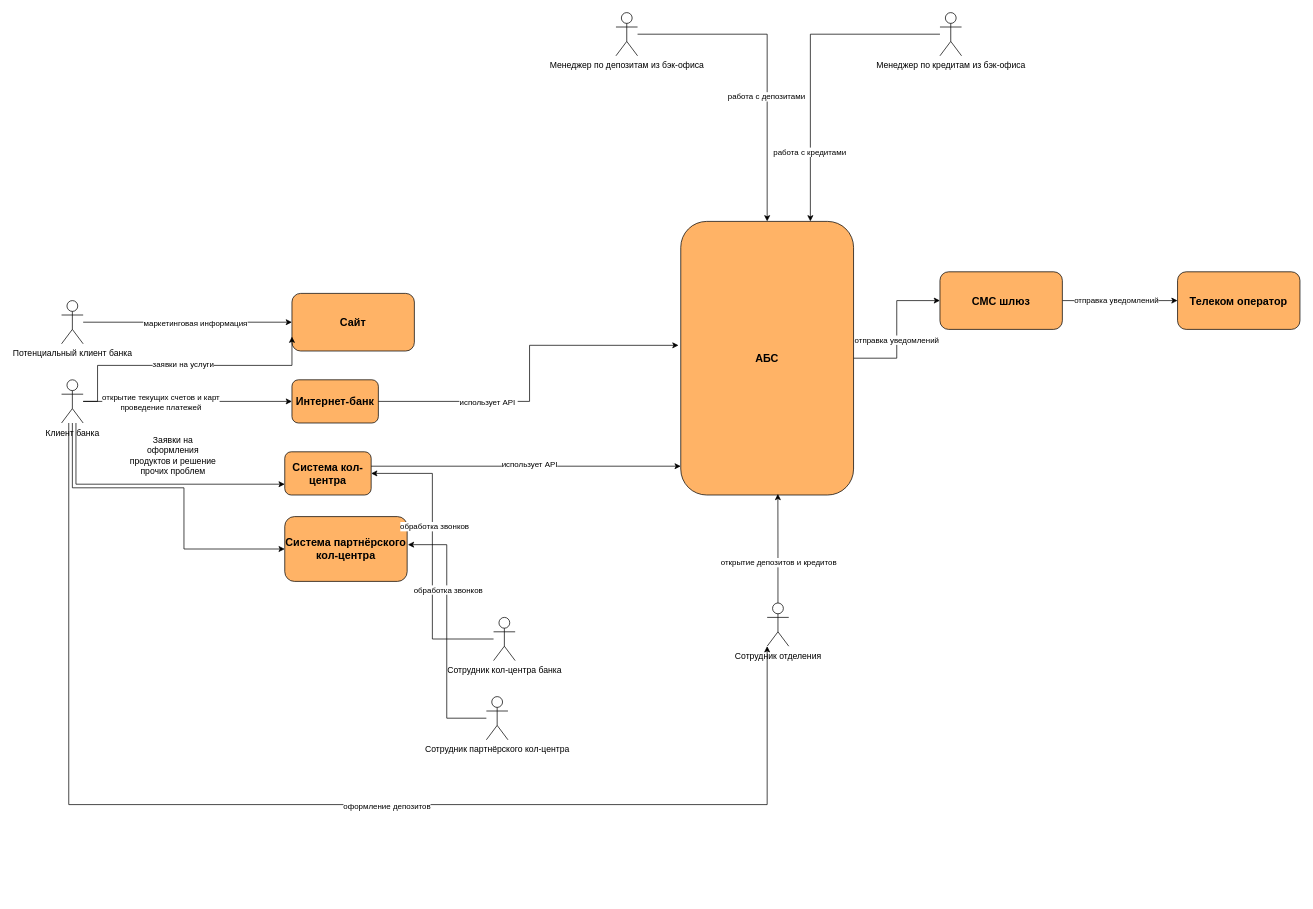
The draw.io diagram page "Схема интеграций приложений" (2 of 2) of Exc1/ITЛандшафт&Итеграции.drawio in DimaGusev/architecture-sprint-9, before the edit. Source tidied: cells renumbered, new cells numbered last; positions are measured from the earlier drawing's top-left corner, leaving out a move shared by most shapes. Both pictures are drawn from the tidied source at 72%, with x=0, y=0 at pixel (61, 12).
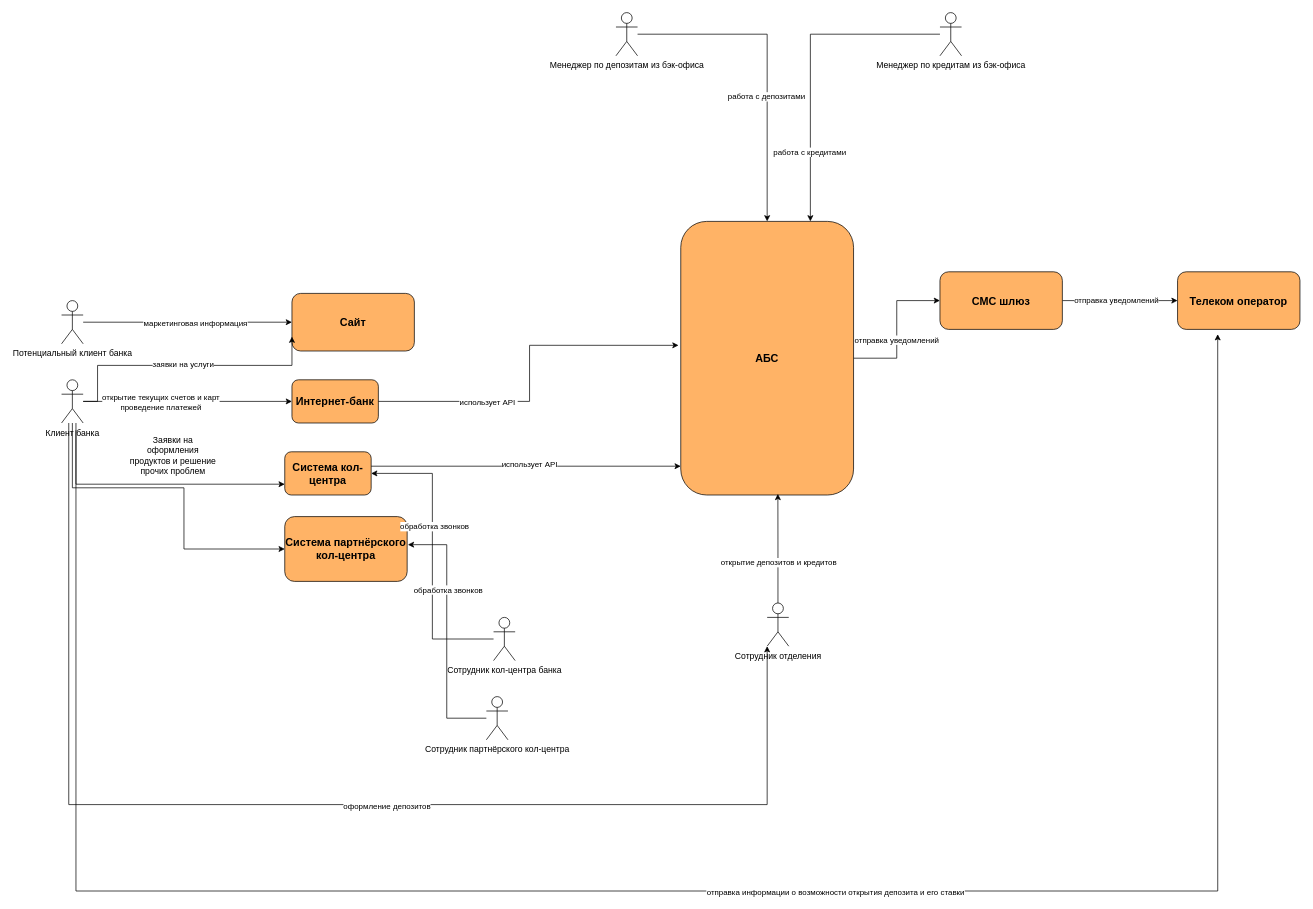
Above is the later version.

The change refers to these unchanged cells:
```xml
<mxCell id="11" value="Телеком оператор" style="rounded=1;whiteSpace=wrap;html=1;fontStyle=1;fontSize=15;fillColor=#FFB366;" parent="1" vertex="1">
  <mxGeometry x="1550" y="360" width="170" height="80" as="geometry" />
</mxCell>
```

What changed in the source:
```diff
@@
+    <mxCell id="45" style="edgeStyle=orthogonalEdgeStyle;rounded=0;jettySize=auto;html=1;entryX=0.328;entryY=1.083;entryDx=0;entryDy=0;entryPerimeter=0;" parent="1" edge="1" target="11">
+      <mxGeometry relative="1" as="geometry">
+        <mxPoint x="20" y="580" as="sourcePoint" />
+        <Array as="points">
+          <mxPoint x="20" y="1220" />
+          <mxPoint x="1606" y="1220" />
+        </Array>
+      </mxGeometry>
+    </mxCell>
+    <mxCell id="46" value="отправка информации о возможности открытия депозита и его ставки" style="edgeLabel;html=1;align=center;verticalAlign=middle;" parent="45" vertex="1">
+      <mxGeometry x="0.13" y="-1" relative="1" as="geometry">
+        <mxPoint x="-1" as="offset" />
+      </mxGeometry>
+    </mxCell>
```
